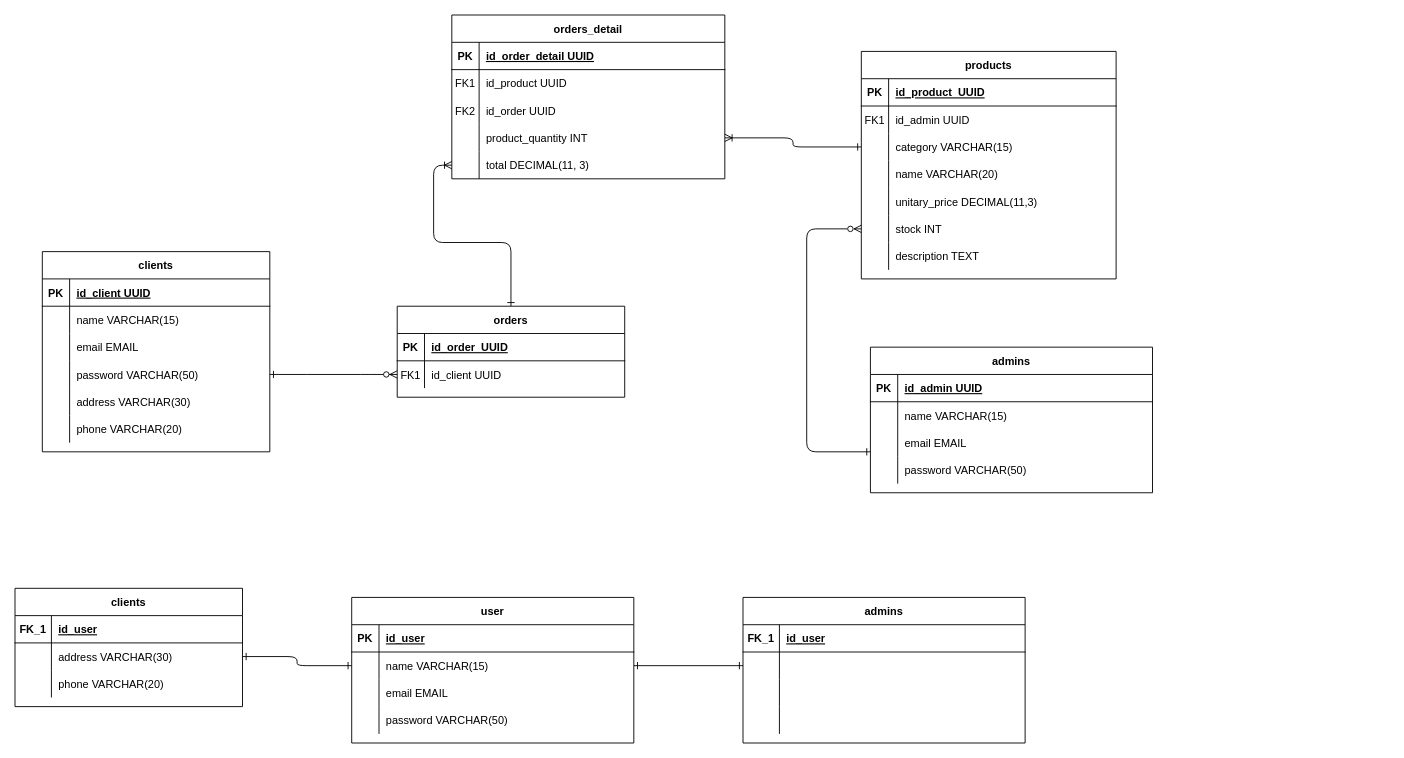
Earlier version of the draw.io diagram files/project requirements/Modelo de datos/diagrama entidad-relación.drawio (jhairssteven/ssacg). Source tidied: cells renumbered, new cells numbered last; positions are measured from the earlier drawing's top-left corner, leaving out a move shared by most shapes. Both pictures are drawn from the tidied source at 91%, with x=0, y=0 at pixel (15, 15).
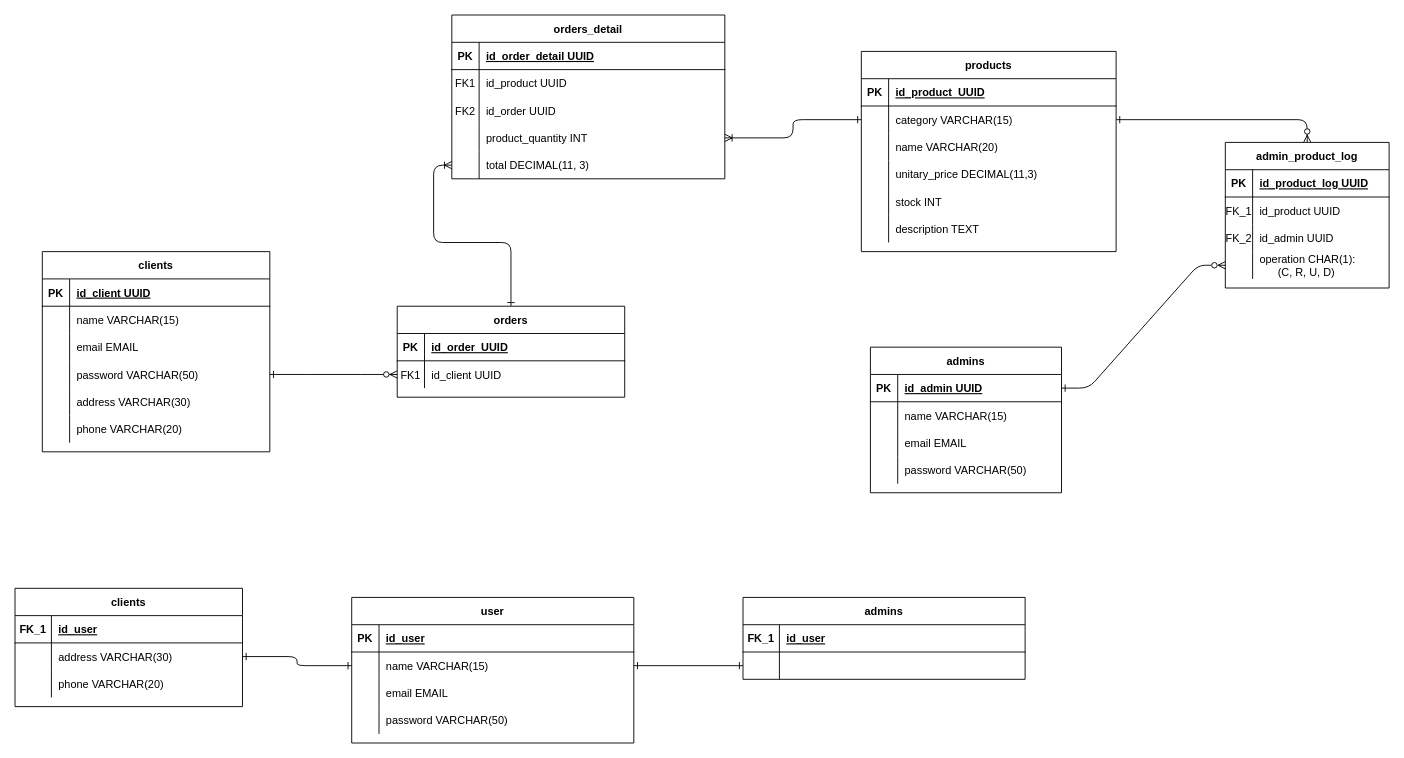
After the change.

The edit, as a diff of the source:
```diff
@@
-    <mxCell id="30" style="edgeStyle=orthogonalEdgeStyle;rounded=1;jettySize=auto;html=1;endArrow=ERzeroToMany;endFill=0;startArrow=ERone;startFill=0;" parent="1" edge="1" source="38" target="60">
-      <mxGeometry relative="1" as="geometry">
-        <Array as="points">
-          <mxPoint x="870" y="480" />
-          <mxPoint x="870" y="235" />
-        </Array>
-      </mxGeometry>
-    </mxCell>
     <mxCell id="31" value="admins" style="shape=table;startSize=30;childLayout=tableLayout;rowLines=0;fontStyle=1;align=center;" parent="1" vertex="1">
-      <mxGeometry x="940" y="365" width="310" height="160" as="geometry" />
+      <mxGeometry x="940" y="365" width="210" height="160" as="geometry" />
     </mxCell>
     <mxCell id="32" style="shape=partialRectangle;fillColor=none;top=0;left=0;bottom=1;right=0;points=[[0,0.5],[1,0.5]];portConstraint=eastwest;" parent="31" vertex="1">
-      <mxGeometry y="30" width="310" height="30" as="geometry" />
+      <mxGeometry y="30" width="210" height="30" as="geometry" />
     </mxCell>
@@
     <mxCell id="34" value="id_admin UUID" style="shape=partialRectangle;fillColor=none;top=0;left=0;bottom=0;right=0;align=left;spacingLeft=6;fontStyle=5;overflow=hidden;" parent="32" vertex="1">
-      <mxGeometry x="30" width="280" height="30" as="geometry" />
+      <mxGeometry x="30" width="180" height="30" as="geometry" />
     </mxCell>
     <mxCell id="35" style="shape=partialRectangle;fillColor=none;top=0;left=0;bottom=0;right=0;points=[[0,0.5],[1,0.5]];portConstraint=eastwest;" parent="31" vertex="1">
-      <mxGeometry y="60" width="310" height="30" as="geometry" />
+      <mxGeometry y="60" width="210" height="30" as="geometry" />
     </mxCell>
@@
     <mxCell id="37" value="name VARCHAR(15)" style="shape=partialRectangle;fillColor=none;top=0;left=0;bottom=0;right=0;align=left;spacingLeft=6;overflow=hidden;" parent="35" vertex="1">
-      <mxGeometry x="30" width="280" height="30" as="geometry" />
+      <mxGeometry x="30" width="180" height="30" as="geometry" />
     </mxCell>
     <mxCell id="38" style="shape=partialRectangle;fillColor=none;top=0;left=0;bottom=0;right=0;points=[[0,0.5],[1,0.5]];portConstraint=eastwest;" parent="31" vertex="1">
-      <mxGeometry y="90" width="310" height="30" as="geometry" />
+      <mxGeometry y="90" width="210" height="30" as="geometry" />
     </mxCell>
@@
     <mxCell id="40" value="email EMAIL" style="shape=partialRectangle;fillColor=none;top=0;left=0;bottom=0;right=0;align=left;spacingLeft=6;overflow=hidden;" parent="38" vertex="1">
-      <mxGeometry x="30" width="280" height="30" as="geometry" />
+      <mxGeometry x="30" width="180" height="30" as="geometry" />
     </mxCell>
     <mxCell id="41" style="shape=partialRectangle;fillColor=none;top=0;left=0;bottom=0;right=0;" parent="31" vertex="1">
-      <mxGeometry y="120" width="310" height="30" as="geometry" />
+      <mxGeometry y="120" width="210" height="30" as="geometry" />
     </mxCell>
@@
     <mxCell id="43" value="password VARCHAR(50)" style="shape=partialRectangle;fillColor=none;top=0;left=0;bottom=0;right=0;align=left;spacingLeft=6;overflow=hidden;" parent="41" vertex="1">
-      <mxGeometry x="30" width="280" height="30" as="geometry" />
+      <mxGeometry x="30" width="180" height="30" as="geometry" />
     </mxCell>
     <mxCell id="44" value="products" style="shape=table;startSize=30;childLayout=tableLayout;rowLines=0;fontStyle=1;align=center;" parent="1" vertex="1">
-      <mxGeometry x="930" y="40" width="280" height="250" as="geometry" />
+      <mxGeometry x="930" y="40" width="280" height="220" as="geometry" />
     </mxCell>
@@
-    <mxCell id="48" style="shape=partialRectangle;fillColor=none;top=0;left=0;bottom=0;right=0;" parent="44" vertex="1">
-      <mxGeometry y="60" width="280" height="30" as="geometry" />
-    </mxCell>
-    <mxCell id="49" value="FK1" style="shape=partialRectangle;fillColor=none;top=0;left=0;bottom=0;right=0;overflow=hidden;" parent="48" vertex="1">
-      <mxGeometry width="30" height="30" as="geometry" />
-    </mxCell>
-    <mxCell id="50" value="id_admin UUID" style="shape=partialRectangle;fillColor=none;top=0;left=0;bottom=0;right=0;align=left;spacingLeft=6;overflow=hidden;" parent="48" vertex="1">
-      <mxGeometry x="30" width="250" height="30" as="geometry" />
-    </mxCell>
     <mxCell id="51" style="shape=partialRectangle;fillColor=none;top=0;left=0;bottom=0;right=0;points=[[0,0.5],[1,0.5]];portConstraint=eastwest;" parent="44" vertex="1">
-      <mxGeometry y="90" width="280" height="30" as="geometry" />
+      <mxGeometry y="60" width="280" height="30" as="geometry" />
     </mxCell>
@@
     <mxCell id="54" style="shape=partialRectangle;fillColor=none;top=0;left=0;bottom=0;right=0;" parent="44" vertex="1">
-      <mxGeometry y="120" width="280" height="30" as="geometry" />
+      <mxGeometry y="90" width="280" height="30" as="geometry" />
     </mxCell>
@@
     <mxCell id="57" style="shape=partialRectangle;fillColor=none;top=0;left=0;bottom=0;right=0;" parent="44" vertex="1">
-      <mxGeometry y="150" width="280" height="30" as="geometry" />
+      <mxGeometry y="120" width="280" height="30" as="geometry" />
     </mxCell>
@@
     <mxCell id="60" style="shape=partialRectangle;fillColor=none;top=0;left=0;bottom=0;right=0;points=[[0,0.5],[1,0.5]];portConstraint=eastwest;" parent="44" vertex="1">
-      <mxGeometry y="180" width="280" height="30" as="geometry" />
+      <mxGeometry y="150" width="280" height="30" as="geometry" />
     </mxCell>
@@
     <mxCell id="63" style="shape=partialRectangle;fillColor=none;top=0;left=0;bottom=0;right=0;" parent="44" vertex="1">
-      <mxGeometry y="210" width="280" height="30" as="geometry" />
+      <mxGeometry y="180" width="280" height="30" as="geometry" />
     </mxCell>
@@
     <mxCell id="93" value="admins" style="shape=table;startSize=30;childLayout=tableLayout;rowLines=0;fontStyle=1;align=center;" parent="1" vertex="1">
-      <mxGeometry x="800" y="640" width="310" height="160" as="geometry" />
+      <mxGeometry x="800" y="640" width="310" height="90" as="geometry" />
     </mxCell>
@@
-    <mxCell id="100" style="shape=partialRectangle;fillColor=none;top=0;left=0;bottom=0;right=0;" parent="93" vertex="1">
-      <mxGeometry y="90" width="310" height="30" as="geometry" />
-    </mxCell>
-    <mxCell id="101" style="shape=partialRectangle;fillColor=none;top=0;left=0;bottom=0;right=0;overflow=hidden;" parent="100" vertex="1">
-      <mxGeometry width="40" height="30" as="geometry" />
-    </mxCell>
-    <mxCell id="102" style="shape=partialRectangle;fillColor=none;top=0;left=0;bottom=0;right=0;align=left;spacingLeft=6;overflow=hidden;" parent="100" vertex="1">
-      <mxGeometry x="40" width="270" height="30" as="geometry" />
-    </mxCell>
-    <mxCell id="103" style="shape=partialRectangle;fillColor=none;top=0;left=0;bottom=0;right=0;" parent="93" vertex="1">
-      <mxGeometry y="120" width="310" height="30" as="geometry" />
-    </mxCell>
-    <mxCell id="104" style="shape=partialRectangle;fillColor=none;top=0;left=0;bottom=0;right=0;overflow=hidden;" parent="103" vertex="1">
-      <mxGeometry width="40" height="30" as="geometry" />
-    </mxCell>
-    <mxCell id="105" style="shape=partialRectangle;fillColor=none;top=0;left=0;bottom=0;right=0;align=left;spacingLeft=6;overflow=hidden;" parent="103" vertex="1">
-      <mxGeometry x="40" width="270" height="30" as="geometry" />
-    </mxCell>
@@
+    <mxCell id="121" style="edgeStyle=orthogonalEdgeStyle;rounded=1;jettySize=auto;html=1;endArrow=ERone;endFill=0;startArrow=ERzeroToMany;startFill=1;" parent="1" edge="1" source="122" target="51">
+      <mxGeometry relative="1" as="geometry" />
+    </mxCell>
+    <mxCell id="122" value="admin_product_log" style="shape=table;startSize=30;childLayout=tableLayout;rowLines=0;fontStyle=1;align=center;" parent="1" vertex="1">
+      <mxGeometry x="1330" y="140" width="180" height="160" as="geometry" />
+    </mxCell>
+    <mxCell id="123" style="shape=partialRectangle;fillColor=none;top=0;left=0;bottom=1;right=0;" parent="122" vertex="1">
+      <mxGeometry y="30" width="180" height="30" as="geometry" />
+    </mxCell>
+    <mxCell id="124" value="PK" style="shape=partialRectangle;fillColor=none;top=0;left=0;bottom=0;right=0;fontStyle=1;overflow=hidden;" parent="123" vertex="1">
+      <mxGeometry width="30" height="30" as="geometry" />
+    </mxCell>
+    <mxCell id="125" value="id_product_log UUID" style="shape=partialRectangle;fillColor=none;top=0;left=0;bottom=0;right=0;align=left;spacingLeft=6;fontStyle=5;overflow=hidden;" parent="123" vertex="1">
+      <mxGeometry x="30" width="150" height="30" as="geometry" />
+    </mxCell>
+    <mxCell id="126" style="shape=partialRectangle;fillColor=none;top=0;left=0;bottom=0;right=0;" parent="122" vertex="1">
+      <mxGeometry y="60" width="180" height="30" as="geometry" />
+    </mxCell>
+    <mxCell id="127" value="FK_1" style="shape=partialRectangle;fillColor=none;top=0;left=0;bottom=0;right=0;overflow=hidden;" parent="126" vertex="1">
+      <mxGeometry width="30" height="30" as="geometry" />
+    </mxCell>
+    <mxCell id="128" value="id_product UUID" style="shape=partialRectangle;fillColor=none;top=0;left=0;bottom=0;right=0;align=left;spacingLeft=6;overflow=hidden;" parent="126" vertex="1">
+      <mxGeometry x="30" width="150" height="30" as="geometry" />
+    </mxCell>
+    <mxCell id="129" style="shape=partialRectangle;fillColor=none;top=0;left=0;bottom=0;right=0;" parent="122" vertex="1">
+      <mxGeometry y="90" width="180" height="30" as="geometry" />
+    </mxCell>
+    <mxCell id="130" value="FK_2" style="shape=partialRectangle;fillColor=none;top=0;left=0;bottom=0;right=0;overflow=hidden;" parent="129" vertex="1">
+      <mxGeometry width="30" height="30" as="geometry" />
+    </mxCell>
+    <mxCell id="50" value="id_admin UUID" style="shape=partialRectangle;fillColor=none;top=0;left=0;bottom=0;right=0;align=left;spacingLeft=6;overflow=hidden;" parent="129" vertex="1">
+      <mxGeometry x="30" width="150" height="30" as="geometry" />
+    </mxCell>
+    <mxCell id="131" style="shape=partialRectangle;fillColor=none;top=0;left=0;bottom=0;right=0;points=[[0,0.5],[1,0.5]];portConstraint=eastwest;" parent="122" vertex="1">
+      <mxGeometry y="120" width="180" height="30" as="geometry" />
+    </mxCell>
+    <mxCell id="132" style="shape=partialRectangle;fillColor=none;top=0;left=0;bottom=0;right=0;overflow=hidden;" parent="131" vertex="1">
+      <mxGeometry width="30" height="30" as="geometry" />
+    </mxCell>
+    <mxCell id="133" value="operation CHAR(1):&#10;      (C, R, U, D)" style="shape=partialRectangle;fillColor=none;top=0;left=0;bottom=0;right=0;align=left;spacingLeft=6;overflow=hidden;" parent="131" vertex="1">
+      <mxGeometry x="30" width="150" height="30" as="geometry" />
+    </mxCell>
+    <mxCell id="134" style="edgeStyle=entityRelationEdgeStyle;rounded=1;jettySize=auto;html=1;strokeColor=none;endArrow=ERzeroToMany;endFill=0;startArrow=ERone;startFill=0;" parent="1" edge="1" source="35">
+      <mxGeometry relative="1" as="geometry">
+        <mxPoint x="1430" y="300" as="targetPoint" />
+      </mxGeometry>
+    </mxCell>
+    <mxCell id="135" style="edgeStyle=entityRelationEdgeStyle;rounded=1;jettySize=auto;html=1;startArrow=ERone;startFill=0;endArrow=ERzeroToMany;endFill=0;strokeColor=default;" parent="1" edge="1" source="32" target="131">
+      <mxGeometry relative="1" as="geometry" />
+    </mxCell>
```
